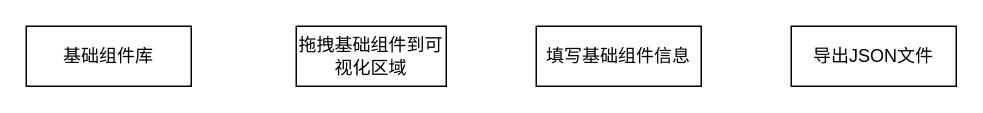
Earlier version of the draw.io diagram Schema 生成器流程图.drawio (yuxinyu12345/diagrams). Source tidied: cells renumbered, new cells numbered last; positions are measured from the earlier drawing's top-left corner, leaving out a move shared by most shapes. Both pictures are drawn from the tidied source at 150%, with x=0, y=0 at pixel (26, 26).
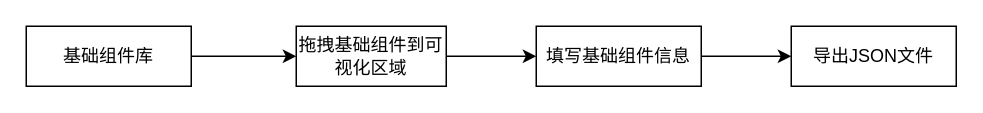
Above is the later version.

Commit message (it also covers changes not shown here):
更新Schema 生成器流程图.drawio

Change to the diagram source:
```diff
@@
 <mxGraphModel>
   <root>
     <mxCell id="0" />
     <mxCell id="1" parent="0" />
+    <mxCell id="6" style="edgeStyle=orthogonalEdgeStyle;rounded=0;jettySize=auto;html=1;exitX=1;exitY=0.5;exitDx=0;exitDy=0;entryX=0;entryY=0.5;entryDx=0;entryDy=0;" parent="1" edge="1" source="2" target="3">
+      <mxGeometry relative="1" as="geometry" />
+    </mxCell>
     <mxCell id="2" value="基础组件库" style="rounded=0;whiteSpace=wrap;html=1;" parent="1" vertex="1">
       <mxGeometry width="110" height="40" as="geometry" />
     </mxCell>
+    <mxCell id="7" style="edgeStyle=orthogonalEdgeStyle;rounded=0;jettySize=auto;html=1;exitX=1;exitY=0.5;exitDx=0;exitDy=0;" parent="1" edge="1" source="3" target="4">
+      <mxGeometry relative="1" as="geometry" />
+    </mxCell>
     <mxCell id="3" value="拖拽基础组件到可视化区域" style="rounded=0;whiteSpace=wrap;html=1;" parent="1" vertex="1">
       <mxGeometry x="180" width="100" height="40" as="geometry" />
     </mxCell>
+    <mxCell id="8" style="edgeStyle=orthogonalEdgeStyle;rounded=0;jettySize=auto;html=1;exitX=1;exitY=0.5;exitDx=0;exitDy=0;entryX=0;entryY=0.5;entryDx=0;entryDy=0;" parent="1" edge="1" source="4" target="5">
+      <mxGeometry relative="1" as="geometry" />
+    </mxCell>
     <mxCell id="4" value="填写基础组件信息" style="rounded=0;whiteSpace=wrap;html=1;" parent="1" vertex="1">
       <mxGeometry x="340" width="110" height="40" as="geometry" />
     </mxCell>
     <mxCell id="5" value="导出JSON文件" style="rounded=0;whiteSpace=wrap;html=1;" parent="1" vertex="1">
       <mxGeometry x="510" width="110" height="40" as="geometry" />
     </mxCell>
   </root>
 </mxGraphModel>
```
